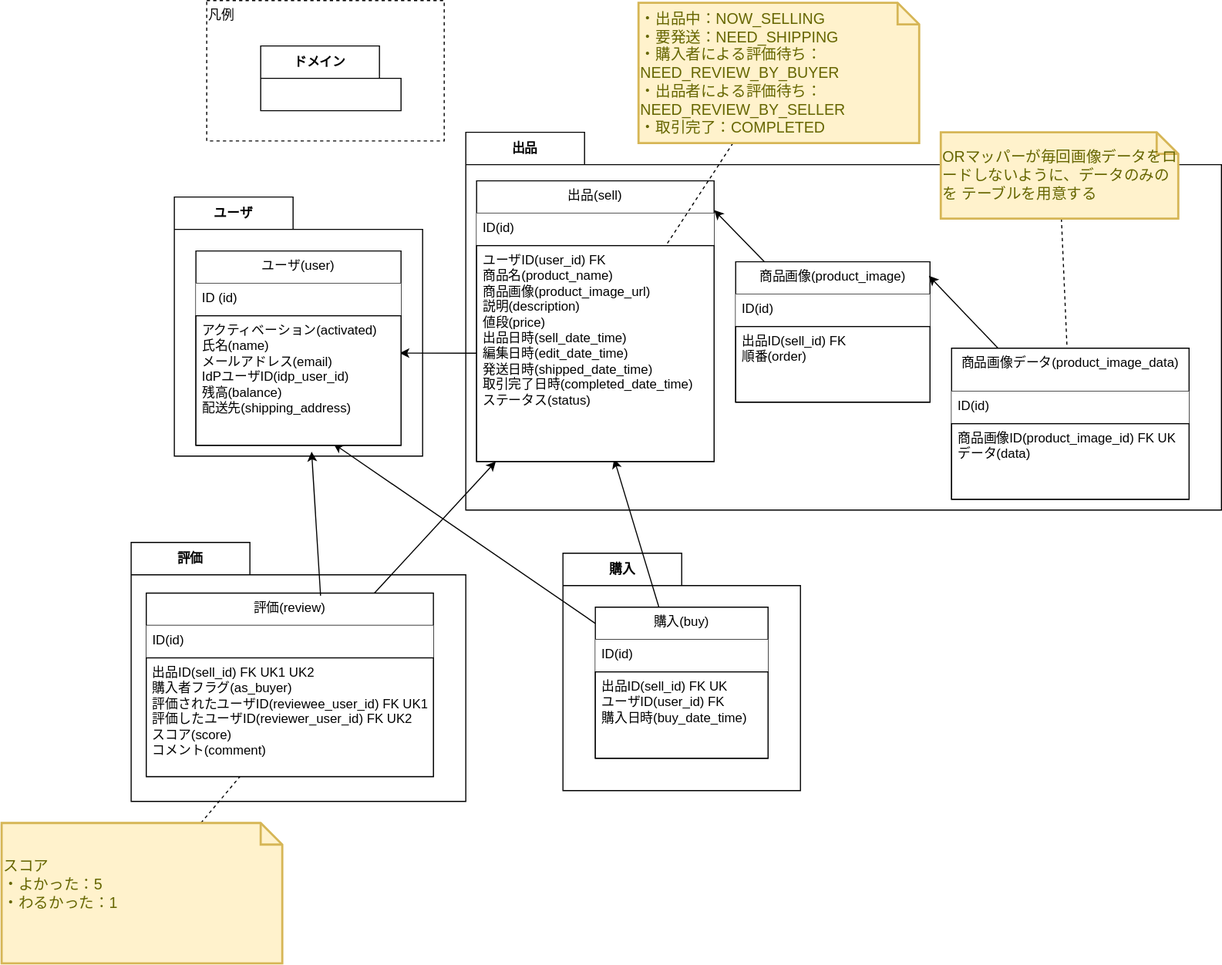
This is ER図.drawio.svg from genba-oriented/gea-requirements, a draw.io export, as it was before one commit. Source tidied: cells renumbered, new cells last; positions are measured from the earlier drawing's top-left corner, leaving out a move shared by most shapes.
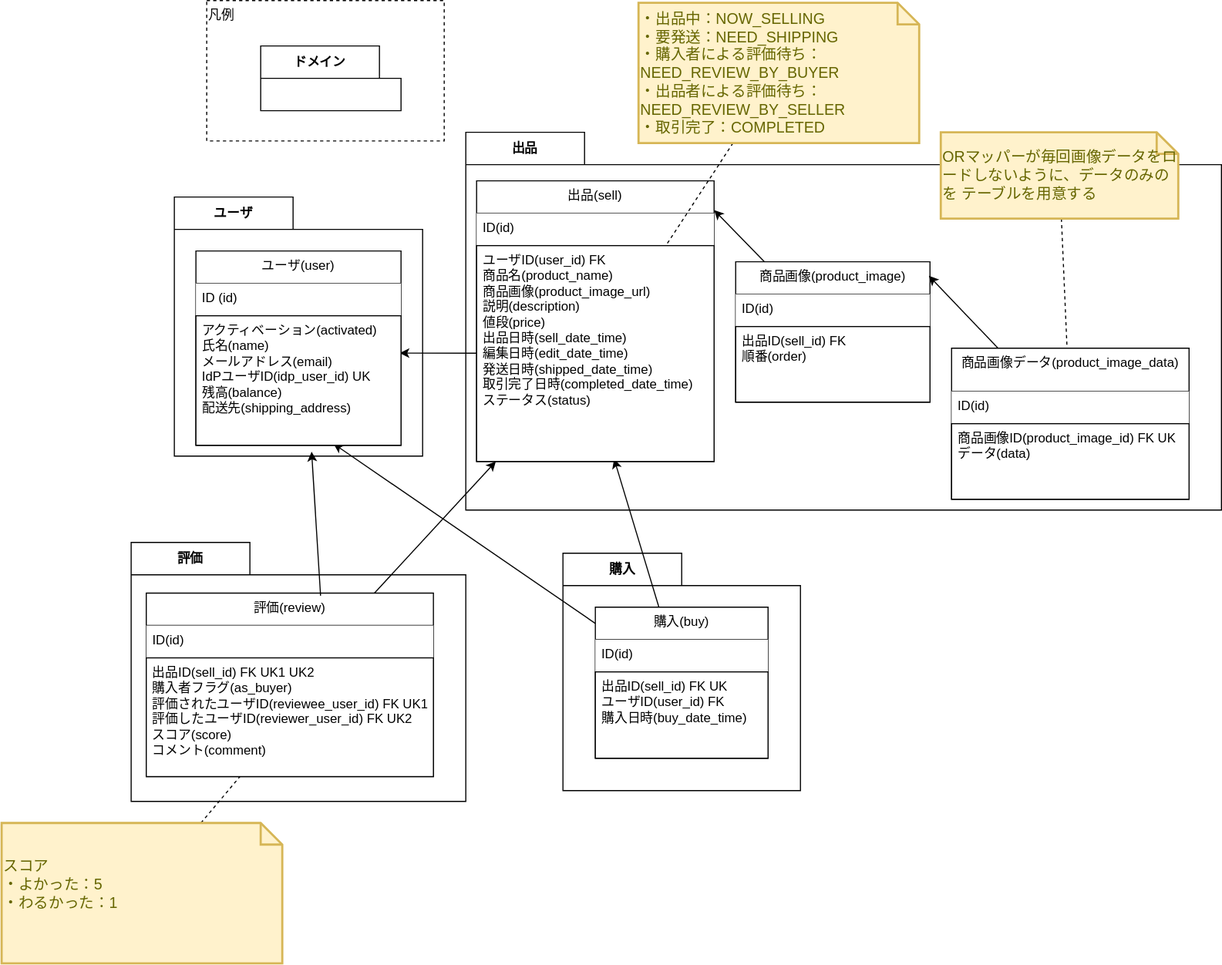
Above is the later version.

Commit message:
userテーブルの「idp_user_id」にUKを追記

The edit, as a diff of the source:
```diff
@@ -23,7 +23,7 @@
     <mxCell id="8" value="&lt;div&gt;ID (id)&lt;/div&gt;" style="text;html=1;align=left;verticalAlign=top;spacingLeft=4;spacingRight=4;overflow=hidden;whiteSpace=wrap;fillColor=default;" parent="7" vertex="1">
       <mxGeometry y="30" width="190" height="30" as="geometry" />
     </mxCell>
-    <mxCell id="9" value="&lt;div&gt;アクティベーション(activated)&lt;/div&gt;&lt;div&gt;&lt;span style=&quot;background-color: transparent;&quot;&gt;氏名(name)&lt;/span&gt;&lt;br&gt;&lt;/div&gt;&lt;div&gt;メールアドレス(email)&lt;/div&gt;&lt;div&gt;IdPユーザID(idp_user_id)&lt;/div&gt;&lt;div&gt;残高(balance)&lt;/div&gt;&lt;div&gt;配送先(shipping_address)&lt;/div&gt;&lt;div&gt;&lt;br&gt;&lt;/div&gt;" style="text;html=1;align=left;verticalAlign=top;spacingLeft=4;spacingRight=4;overflow=hidden;points=[[0,0.5],[1,0.5]];portConstraint=eastwest;whiteSpace=wrap;strokeColor=default;fillColor=default;" parent="7" vertex="1">
+    <mxCell id="9" value="&lt;div&gt;アクティベーション(activated)&lt;/div&gt;&lt;div&gt;&lt;span style=&quot;background-color: transparent;&quot;&gt;氏名(name)&lt;/span&gt;&lt;br&gt;&lt;/div&gt;&lt;div&gt;メールアドレス(email)&lt;/div&gt;&lt;div&gt;IdPユーザID(idp_user_id) UK&lt;/div&gt;&lt;div&gt;残高(balance)&lt;/div&gt;&lt;div&gt;配送先(shipping_address)&lt;/div&gt;&lt;div&gt;&lt;br&gt;&lt;/div&gt;" style="text;html=1;align=left;verticalAlign=top;spacingLeft=4;spacingRight=4;overflow=hidden;points=[[0,0.5],[1,0.5]];portConstraint=eastwest;whiteSpace=wrap;strokeColor=default;fillColor=default;" parent="7" vertex="1">
       <mxGeometry y="60" width="190" height="120" as="geometry" />
     </mxCell>
     <mxCell id="10" value="ドメイン" style="shape=folder;fontStyle=1;tabWidth=110;tabHeight=30;tabPosition=left;html=1;boundedLbl=1;labelInHeader=1;whiteSpace=wrap;fillColor=none;" parent="1" vertex="1">
```
